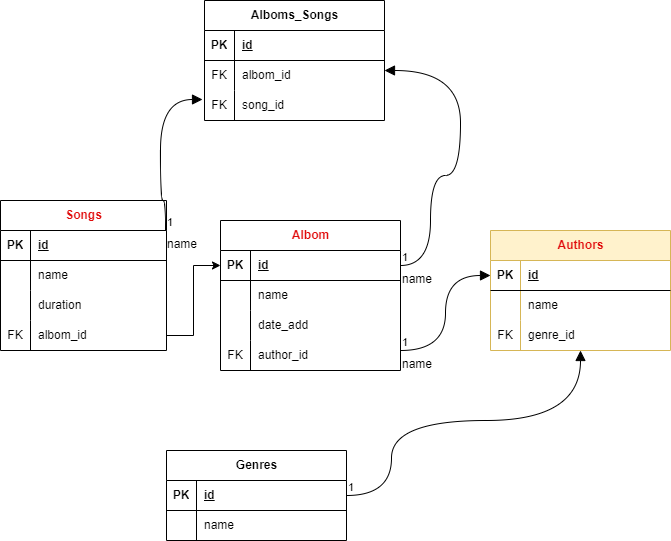
Before: Диаграмма дз.drawio.png, a diagram exported from draw.io (purpleaoaoa/sql_diagrams). Source tidied: cells renumbered, new cells last; positions are measured from the earlier drawing's top-left corner, leaving out a move shared by most shapes. The source it was exported from:
```xml
<mxGraphModel>
  <root>
    <mxCell id="0" />
    <mxCell id="1" parent="0" />
    <mxCell id="2" value="Songs" style="shape=table;startSize=30;rowLines=0;fontStyle=1;align=center;html=1;fontColor=#E00B0B;" parent="1" vertex="1">
      <mxGeometry y="200" width="166" height="150" as="geometry" />
    </mxCell>
    <mxCell id="3" style="shape=tableRow;horizontal=0;startSize=0;swimlaneHead=0;swimlaneBody=0;fillColor=none;points=[[0,0.5],[1,0.5]];portConstraint=eastwest;top=0;left=0;right=0;bottom=1;" parent="2" vertex="1">
      <mxGeometry y="30" width="166" height="30" as="geometry" />
    </mxCell>
    <mxCell id="4" value="PK" style="shape=partialRectangle;fillColor=none;top=0;left=0;bottom=0;right=0;fontStyle=1;overflow=hidden;whiteSpace=wrap;html=1;" parent="3" vertex="1">
      <mxGeometry width="30" height="30" as="geometry" />
    </mxCell>
    <mxCell id="5" value="id" style="shape=partialRectangle;fillColor=none;top=0;left=0;bottom=0;right=0;align=left;spacingLeft=6;fontStyle=5;overflow=hidden;whiteSpace=wrap;html=1;" parent="3" vertex="1">
      <mxGeometry x="30" width="136" height="30" as="geometry" />
    </mxCell>
    <mxCell id="6" style="shape=tableRow;horizontal=0;startSize=0;swimlaneHead=0;swimlaneBody=0;fillColor=none;top=0;left=0;right=0;bottom=0;" parent="2" vertex="1">
      <mxGeometry y="60" width="166" height="30" as="geometry" />
    </mxCell>
    <mxCell id="7" style="shape=partialRectangle;fillColor=none;top=0;left=0;bottom=0;right=0;overflow=hidden;whiteSpace=wrap;html=1;" parent="6" vertex="1">
      <mxGeometry width="30" height="30" as="geometry" />
    </mxCell>
    <mxCell id="8" value="name" style="shape=partialRectangle;fillColor=none;top=0;left=0;bottom=0;right=0;align=left;spacingLeft=6;overflow=hidden;whiteSpace=wrap;html=1;" parent="6" vertex="1">
      <mxGeometry x="30" width="136" height="30" as="geometry" />
    </mxCell>
    <mxCell id="9" style="shape=tableRow;horizontal=0;startSize=0;swimlaneHead=0;swimlaneBody=0;fillColor=none;top=0;left=0;right=0;bottom=0;" parent="2" vertex="1">
      <mxGeometry y="90" width="166" height="30" as="geometry" />
    </mxCell>
    <mxCell id="10" style="shape=partialRectangle;fillColor=none;top=0;left=0;bottom=0;right=0;overflow=hidden;whiteSpace=wrap;html=1;" parent="9" vertex="1">
      <mxGeometry width="30" height="30" as="geometry" />
    </mxCell>
    <mxCell id="11" value="&lt;span style=&quot;white-space-collapse: preserve;&quot; class=&quot;EzKURWReUAB5oZgtQNkl&quot;&gt;duration&lt;/span&gt;" style="shape=partialRectangle;fillColor=none;top=0;left=0;bottom=0;right=0;align=left;spacingLeft=6;overflow=hidden;whiteSpace=wrap;html=1;" parent="9" vertex="1">
      <mxGeometry x="30" width="136" height="30" as="geometry" />
    </mxCell>
    <mxCell id="12" style="shape=tableRow;horizontal=0;startSize=0;swimlaneHead=0;swimlaneBody=0;fillColor=none;points=[[0,0.5],[1,0.5]];portConstraint=eastwest;top=0;left=0;right=0;bottom=0;" parent="2" vertex="1">
      <mxGeometry y="120" width="166" height="30" as="geometry" />
    </mxCell>
    <mxCell id="13" value="FK" style="shape=partialRectangle;fillColor=none;top=0;left=0;bottom=0;right=0;overflow=hidden;whiteSpace=wrap;html=1;" parent="12" vertex="1">
      <mxGeometry width="30" height="30" as="geometry" />
    </mxCell>
    <mxCell id="14" value="albom_id" style="shape=partialRectangle;fillColor=none;top=0;left=0;bottom=0;right=0;align=left;spacingLeft=6;overflow=hidden;whiteSpace=wrap;html=1;" parent="12" vertex="1">
      <mxGeometry x="30" width="136" height="30" as="geometry" />
    </mxCell>
    <mxCell id="15" value="Albom" style="shape=table;startSize=30;rowLines=0;fontStyle=1;align=center;html=1;fontColor=#E00B0B;" parent="1" vertex="1">
      <mxGeometry x="220" y="220" width="180" height="150" as="geometry" />
    </mxCell>
    <mxCell id="16" style="shape=tableRow;horizontal=0;startSize=0;swimlaneHead=0;swimlaneBody=0;fillColor=none;points=[[0,0.5],[1,0.5]];portConstraint=eastwest;top=0;left=0;right=0;bottom=1;" parent="15" vertex="1">
      <mxGeometry y="30" width="180" height="30" as="geometry" />
    </mxCell>
    <mxCell id="17" value="PK" style="shape=partialRectangle;fillColor=none;top=0;left=0;bottom=0;right=0;fontStyle=1;overflow=hidden;whiteSpace=wrap;html=1;" parent="16" vertex="1">
      <mxGeometry width="30" height="30" as="geometry" />
    </mxCell>
    <mxCell id="18" value="id" style="shape=partialRectangle;fillColor=none;top=0;left=0;bottom=0;right=0;align=left;spacingLeft=6;fontStyle=5;overflow=hidden;whiteSpace=wrap;html=1;" parent="16" vertex="1">
      <mxGeometry x="30" width="150" height="30" as="geometry" />
    </mxCell>
    <mxCell id="19" style="shape=tableRow;horizontal=0;startSize=0;swimlaneHead=0;swimlaneBody=0;fillColor=none;top=0;left=0;right=0;bottom=0;" parent="15" vertex="1">
      <mxGeometry y="60" width="180" height="30" as="geometry" />
    </mxCell>
    <mxCell id="20" style="shape=partialRectangle;fillColor=none;top=0;left=0;bottom=0;right=0;overflow=hidden;whiteSpace=wrap;html=1;" parent="19" vertex="1">
      <mxGeometry width="30" height="30" as="geometry" />
    </mxCell>
    <mxCell id="21" value="name" style="shape=partialRectangle;fillColor=none;top=0;left=0;bottom=0;right=0;align=left;spacingLeft=6;overflow=hidden;whiteSpace=wrap;html=1;" parent="19" vertex="1">
      <mxGeometry x="30" width="150" height="30" as="geometry" />
    </mxCell>
    <mxCell id="22" style="shape=tableRow;horizontal=0;startSize=0;swimlaneHead=0;swimlaneBody=0;fillColor=none;top=0;left=0;right=0;bottom=0;" parent="15" vertex="1">
      <mxGeometry y="90" width="180" height="30" as="geometry" />
    </mxCell>
    <mxCell id="23" style="shape=partialRectangle;fillColor=none;top=0;left=0;bottom=0;right=0;overflow=hidden;whiteSpace=wrap;html=1;" parent="22" vertex="1">
      <mxGeometry width="30" height="30" as="geometry" />
    </mxCell>
    <mxCell id="24" value="date_add" style="shape=partialRectangle;fillColor=none;top=0;left=0;bottom=0;right=0;align=left;spacingLeft=6;overflow=hidden;whiteSpace=wrap;html=1;" parent="22" vertex="1">
      <mxGeometry x="30" width="150" height="30" as="geometry" />
    </mxCell>
    <mxCell id="25" style="shape=tableRow;horizontal=0;startSize=0;swimlaneHead=0;swimlaneBody=0;fillColor=none;points=[[0,0.5],[1,0.5]];portConstraint=eastwest;top=0;left=0;right=0;bottom=0;" parent="15" vertex="1">
      <mxGeometry y="120" width="180" height="30" as="geometry" />
    </mxCell>
    <mxCell id="26" value="FK" style="shape=partialRectangle;fillColor=none;top=0;left=0;bottom=0;right=0;overflow=hidden;whiteSpace=wrap;html=1;" parent="25" vertex="1">
      <mxGeometry width="30" height="30" as="geometry" />
    </mxCell>
    <mxCell id="27" value="author_id" style="shape=partialRectangle;fillColor=none;top=0;left=0;bottom=0;right=0;align=left;spacingLeft=6;overflow=hidden;whiteSpace=wrap;html=1;" parent="25" vertex="1">
      <mxGeometry x="30" width="150" height="30" as="geometry" />
    </mxCell>
    <mxCell id="28" style="edgeStyle=orthogonalEdgeStyle;rounded=0;jettySize=auto;html=1;" parent="1" edge="1" source="12" target="16">
      <mxGeometry relative="1" as="geometry" />
    </mxCell>
    <mxCell id="29" value="Authors" style="shape=table;startSize=30;rowLines=0;fontStyle=1;align=center;html=1;fillColor=#fff2cc;strokeColor=#d6b656;fontColor=#E00B0B;" parent="1" vertex="1">
      <mxGeometry x="490" y="230" width="180" height="120" as="geometry" />
    </mxCell>
    <mxCell id="30" style="shape=tableRow;horizontal=0;startSize=0;swimlaneHead=0;swimlaneBody=0;fillColor=none;points=[[0,0.5],[1,0.5]];portConstraint=eastwest;top=0;left=0;right=0;bottom=1;" parent="29" vertex="1">
      <mxGeometry y="30" width="180" height="30" as="geometry" />
    </mxCell>
    <mxCell id="31" value="PK" style="shape=partialRectangle;fillColor=none;top=0;left=0;bottom=0;right=0;fontStyle=1;overflow=hidden;whiteSpace=wrap;html=1;" parent="30" vertex="1">
      <mxGeometry width="30" height="30" as="geometry" />
    </mxCell>
    <mxCell id="32" value="id" style="shape=partialRectangle;fillColor=none;top=0;left=0;bottom=0;right=0;align=left;spacingLeft=6;fontStyle=5;overflow=hidden;whiteSpace=wrap;html=1;" parent="30" vertex="1">
      <mxGeometry x="30" width="150" height="30" as="geometry" />
    </mxCell>
    <mxCell id="33" style="shape=tableRow;horizontal=0;startSize=0;swimlaneHead=0;swimlaneBody=0;fillColor=none;top=0;left=0;right=0;bottom=0;" parent="29" vertex="1">
      <mxGeometry y="60" width="180" height="30" as="geometry" />
    </mxCell>
    <mxCell id="34" style="shape=partialRectangle;fillColor=none;top=0;left=0;bottom=0;right=0;overflow=hidden;whiteSpace=wrap;html=1;" parent="33" vertex="1">
      <mxGeometry width="30" height="30" as="geometry" />
    </mxCell>
    <mxCell id="35" value="name" style="shape=partialRectangle;fillColor=none;top=0;left=0;bottom=0;right=0;align=left;spacingLeft=6;overflow=hidden;whiteSpace=wrap;html=1;" parent="33" vertex="1">
      <mxGeometry x="30" width="150" height="30" as="geometry" />
    </mxCell>
    <mxCell id="36" style="shape=tableRow;horizontal=0;startSize=0;swimlaneHead=0;swimlaneBody=0;fillColor=none;points=[[0,0.5],[1,0.5]];portConstraint=eastwest;top=0;left=0;right=0;bottom=0;" parent="29" vertex="1">
      <mxGeometry y="90" width="180" height="30" as="geometry" />
    </mxCell>
    <mxCell id="37" value="FK" style="shape=partialRectangle;fillColor=none;top=0;left=0;bottom=0;right=0;overflow=hidden;whiteSpace=wrap;html=1;" parent="36" vertex="1">
      <mxGeometry width="30" height="30" as="geometry" />
    </mxCell>
    <mxCell id="38" value="genre_id" style="shape=partialRectangle;fillColor=none;top=0;left=0;bottom=0;right=0;align=left;spacingLeft=6;overflow=hidden;whiteSpace=wrap;html=1;" parent="36" vertex="1">
      <mxGeometry x="30" width="150" height="30" as="geometry" />
    </mxCell>
    <mxCell id="39" value="Genres" style="shape=table;startSize=30;rowLines=0;fontStyle=1;align=center;html=1;" parent="1" vertex="1">
      <mxGeometry x="166" y="450" width="180" height="90" as="geometry" />
    </mxCell>
    <mxCell id="40" style="shape=tableRow;horizontal=0;startSize=0;swimlaneHead=0;swimlaneBody=0;fillColor=none;points=[[0,0.5],[1,0.5]];portConstraint=eastwest;top=0;left=0;right=0;bottom=1;" parent="39" vertex="1">
      <mxGeometry y="30" width="180" height="30" as="geometry" />
    </mxCell>
    <mxCell id="41" value="PK" style="shape=partialRectangle;fillColor=none;top=0;left=0;bottom=0;right=0;fontStyle=1;overflow=hidden;whiteSpace=wrap;html=1;" parent="40" vertex="1">
      <mxGeometry width="30" height="30" as="geometry" />
    </mxCell>
    <mxCell id="42" value="id" style="shape=partialRectangle;fillColor=none;top=0;left=0;bottom=0;right=0;align=left;spacingLeft=6;fontStyle=5;overflow=hidden;whiteSpace=wrap;html=1;" parent="40" vertex="1">
      <mxGeometry x="30" width="150" height="30" as="geometry" />
    </mxCell>
    <mxCell id="43" style="shape=tableRow;horizontal=0;startSize=0;swimlaneHead=0;swimlaneBody=0;fillColor=none;top=0;left=0;right=0;bottom=0;" parent="39" vertex="1">
      <mxGeometry y="60" width="180" height="30" as="geometry" />
    </mxCell>
    <mxCell id="44" style="shape=partialRectangle;fillColor=none;top=0;left=0;bottom=0;right=0;overflow=hidden;whiteSpace=wrap;html=1;" parent="43" vertex="1">
      <mxGeometry width="30" height="30" as="geometry" />
    </mxCell>
    <mxCell id="45" value="name" style="shape=partialRectangle;fillColor=none;top=0;left=0;bottom=0;right=0;align=left;spacingLeft=6;overflow=hidden;whiteSpace=wrap;html=1;" parent="43" vertex="1">
      <mxGeometry x="30" width="150" height="30" as="geometry" />
    </mxCell>
    <mxCell id="46" value="Alboms_Songs" style="shape=table;startSize=30;rowLines=0;fontStyle=1;align=center;html=1;" parent="1" vertex="1">
      <mxGeometry x="204" width="180" height="120" as="geometry" />
    </mxCell>
    <mxCell id="47" style="shape=tableRow;horizontal=0;startSize=0;swimlaneHead=0;swimlaneBody=0;fillColor=none;top=0;left=0;right=0;bottom=1;" parent="46" vertex="1">
      <mxGeometry y="30" width="180" height="30" as="geometry" />
    </mxCell>
    <mxCell id="48" value="PK" style="shape=partialRectangle;fillColor=none;top=0;left=0;bottom=0;right=0;fontStyle=1;overflow=hidden;whiteSpace=wrap;html=1;" parent="47" vertex="1">
      <mxGeometry width="30" height="30" as="geometry" />
    </mxCell>
    <mxCell id="49" value="id" style="shape=partialRectangle;fillColor=none;top=0;left=0;bottom=0;right=0;align=left;spacingLeft=6;fontStyle=5;overflow=hidden;whiteSpace=wrap;html=1;" parent="47" vertex="1">
      <mxGeometry x="30" width="150" height="30" as="geometry" />
    </mxCell>
    <mxCell id="50" style="shape=tableRow;horizontal=0;startSize=0;swimlaneHead=0;swimlaneBody=0;fillColor=none;points=[[0,0.5],[1,0.5]];portConstraint=eastwest;top=0;left=0;right=0;bottom=0;" parent="46" vertex="1">
      <mxGeometry y="60" width="180" height="30" as="geometry" />
    </mxCell>
    <mxCell id="51" value="FK" style="shape=partialRectangle;fillColor=none;top=0;left=0;bottom=0;right=0;overflow=hidden;whiteSpace=wrap;html=1;" parent="50" vertex="1">
      <mxGeometry width="30" height="30" as="geometry" />
    </mxCell>
    <mxCell id="52" value="albom_id" style="shape=partialRectangle;fillColor=none;top=0;left=0;bottom=0;right=0;align=left;spacingLeft=6;overflow=hidden;whiteSpace=wrap;html=1;" parent="50" vertex="1">
      <mxGeometry x="30" width="150" height="30" as="geometry" />
    </mxCell>
    <mxCell id="53" style="shape=tableRow;horizontal=0;startSize=0;swimlaneHead=0;swimlaneBody=0;fillColor=none;points=[[0,0.5],[1,0.5]];portConstraint=eastwest;top=0;left=0;right=0;bottom=0;" parent="46" vertex="1">
      <mxGeometry y="90" width="180" height="30" as="geometry" />
    </mxCell>
    <mxCell id="54" value="FK" style="shape=partialRectangle;fillColor=none;top=0;left=0;bottom=0;right=0;overflow=hidden;whiteSpace=wrap;html=1;" parent="53" vertex="1">
      <mxGeometry width="30" height="30" as="geometry" />
    </mxCell>
    <mxCell id="55" value="song_id" style="shape=partialRectangle;fillColor=none;top=0;left=0;bottom=0;right=0;align=left;spacingLeft=6;overflow=hidden;whiteSpace=wrap;html=1;" parent="53" vertex="1">
      <mxGeometry x="30" width="150" height="30" as="geometry" />
    </mxCell>
    <mxCell id="56" value="name" style="endArrow=block;endFill=1;html=1;edgeStyle=orthogonalEdgeStyle;align=left;verticalAlign=top;rounded=0;fontSize=12;startSize=8;endSize=8;curved=1;" parent="1" edge="1" source="25" target="30">
      <mxGeometry x="-1" relative="1" as="geometry">
        <Array as="points">
          <mxPoint x="445" y="350" />
          <mxPoint x="445" y="275" />
        </Array>
      </mxGeometry>
    </mxCell>
    <mxCell id="57" value="1" style="edgeLabel;html=1;align=left;verticalAlign=bottom;" parent="56" vertex="1">
      <mxGeometry x="-1" relative="1" as="geometry" />
    </mxCell>
    <mxCell id="58" style="endArrow=block;endFill=1;html=1;edgeStyle=orthogonalEdgeStyle;align=left;verticalAlign=top;rounded=0;fontSize=12;startSize=8;endSize=8;curved=1;" parent="1" edge="1" source="40" target="36">
      <mxGeometry x="-1" relative="1" as="geometry">
        <Array as="points">
          <mxPoint x="391" y="495" />
          <mxPoint x="391" y="420" />
          <mxPoint x="580" y="420" />
        </Array>
      </mxGeometry>
    </mxCell>
    <mxCell id="59" value="1" style="edgeLabel;html=1;align=left;verticalAlign=bottom;" parent="58" vertex="1">
      <mxGeometry x="-1" relative="1" as="geometry" />
    </mxCell>
    <mxCell id="60" value="name" style="endArrow=block;endFill=1;html=1;edgeStyle=orthogonalEdgeStyle;align=left;verticalAlign=top;rounded=0;fontSize=12;startSize=8;endSize=8;curved=1;" parent="1" edge="1" source="16" target="50">
      <mxGeometry x="-1" relative="1" as="geometry">
        <Array as="points">
          <mxPoint x="430" y="265" />
          <mxPoint x="430" y="175" />
          <mxPoint x="460" y="175" />
          <mxPoint x="460" y="70" />
        </Array>
      </mxGeometry>
    </mxCell>
    <mxCell id="61" value="1" style="edgeLabel;html=1;align=left;verticalAlign=bottom;" parent="60" vertex="1">
      <mxGeometry x="-1" relative="1" as="geometry" />
    </mxCell>
    <mxCell id="62" value="name" style="endArrow=block;endFill=1;html=1;edgeStyle=orthogonalEdgeStyle;align=left;verticalAlign=top;rounded=0;fontSize=12;startSize=8;endSize=8;curved=1;entryX=-0.011;entryY=0.3;entryDx=0;entryDy=0;entryPerimeter=0;" parent="1" edge="1" source="3" target="53">
      <mxGeometry x="-1" relative="1" as="geometry">
        <Array as="points">
          <mxPoint x="165" y="200" />
          <mxPoint x="160" y="200" />
          <mxPoint x="160" y="99" />
        </Array>
      </mxGeometry>
    </mxCell>
    <mxCell id="63" value="1" style="edgeLabel;html=1;align=left;verticalAlign=bottom;" parent="62" vertex="1">
      <mxGeometry x="-1" relative="1" as="geometry" />
    </mxCell>
  </root>
</mxGraphModel>
```
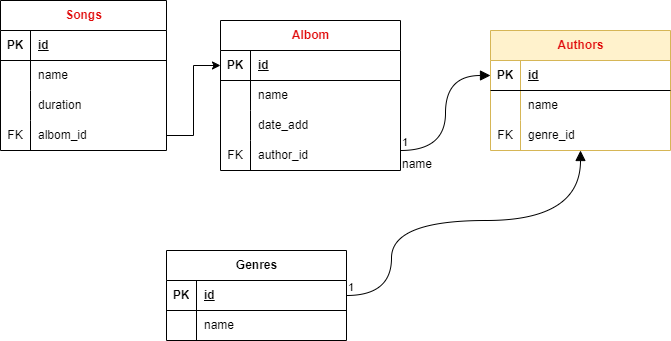
After the change.

Diff of the diagram source:
```diff
@@ -134,36 +134,6 @@
     <mxCell id="45" value="name" style="shape=partialRectangle;fillColor=none;top=0;left=0;bottom=0;right=0;align=left;spacingLeft=6;overflow=hidden;whiteSpace=wrap;html=1;" parent="43" vertex="1">
       <mxGeometry x="30" width="150" height="30" as="geometry" />
     </mxCell>
-    <mxCell id="46" value="Alboms_Songs" style="shape=table;startSize=30;rowLines=0;fontStyle=1;align=center;html=1;" parent="1" vertex="1">
-      <mxGeometry x="204" width="180" height="120" as="geometry" />
-    </mxCell>
-    <mxCell id="47" style="shape=tableRow;horizontal=0;startSize=0;swimlaneHead=0;swimlaneBody=0;fillColor=none;top=0;left=0;right=0;bottom=1;" parent="46" vertex="1">
-      <mxGeometry y="30" width="180" height="30" as="geometry" />
-    </mxCell>
-    <mxCell id="48" value="PK" style="shape=partialRectangle;fillColor=none;top=0;left=0;bottom=0;right=0;fontStyle=1;overflow=hidden;whiteSpace=wrap;html=1;" parent="47" vertex="1">
-      <mxGeometry width="30" height="30" as="geometry" />
-    </mxCell>
-    <mxCell id="49" value="id" style="shape=partialRectangle;fillColor=none;top=0;left=0;bottom=0;right=0;align=left;spacingLeft=6;fontStyle=5;overflow=hidden;whiteSpace=wrap;html=1;" parent="47" vertex="1">
-      <mxGeometry x="30" width="150" height="30" as="geometry" />
-    </mxCell>
-    <mxCell id="50" style="shape=tableRow;horizontal=0;startSize=0;swimlaneHead=0;swimlaneBody=0;fillColor=none;points=[[0,0.5],[1,0.5]];portConstraint=eastwest;top=0;left=0;right=0;bottom=0;" parent="46" vertex="1">
-      <mxGeometry y="60" width="180" height="30" as="geometry" />
-    </mxCell>
-    <mxCell id="51" value="FK" style="shape=partialRectangle;fillColor=none;top=0;left=0;bottom=0;right=0;overflow=hidden;whiteSpace=wrap;html=1;" parent="50" vertex="1">
-      <mxGeometry width="30" height="30" as="geometry" />
-    </mxCell>
-    <mxCell id="52" value="albom_id" style="shape=partialRectangle;fillColor=none;top=0;left=0;bottom=0;right=0;align=left;spacingLeft=6;overflow=hidden;whiteSpace=wrap;html=1;" parent="50" vertex="1">
-      <mxGeometry x="30" width="150" height="30" as="geometry" />
-    </mxCell>
-    <mxCell id="53" style="shape=tableRow;horizontal=0;startSize=0;swimlaneHead=0;swimlaneBody=0;fillColor=none;points=[[0,0.5],[1,0.5]];portConstraint=eastwest;top=0;left=0;right=0;bottom=0;" parent="46" vertex="1">
-      <mxGeometry y="90" width="180" height="30" as="geometry" />
-    </mxCell>
-    <mxCell id="54" value="FK" style="shape=partialRectangle;fillColor=none;top=0;left=0;bottom=0;right=0;overflow=hidden;whiteSpace=wrap;html=1;" parent="53" vertex="1">
-      <mxGeometry width="30" height="30" as="geometry" />
-    </mxCell>
-    <mxCell id="55" value="song_id" style="shape=partialRectangle;fillColor=none;top=0;left=0;bottom=0;right=0;align=left;spacingLeft=6;overflow=hidden;whiteSpace=wrap;html=1;" parent="53" vertex="1">
-      <mxGeometry x="30" width="150" height="30" as="geometry" />
-    </mxCell>
     <mxCell id="56" value="name" style="endArrow=block;endFill=1;html=1;edgeStyle=orthogonalEdgeStyle;align=left;verticalAlign=top;rounded=0;fontSize=12;startSize=8;endSize=8;curved=1;" parent="1" edge="1" source="25" target="30">
       <mxGeometry x="-1" relative="1" as="geometry">
         <Array as="points">
@@ -187,30 +157,5 @@
     <mxCell id="59" value="1" style="edgeLabel;html=1;align=left;verticalAlign=bottom;" parent="58" vertex="1">
       <mxGeometry x="-1" relative="1" as="geometry" />
     </mxCell>
-    <mxCell id="60" value="name" style="endArrow=block;endFill=1;html=1;edgeStyle=orthogonalEdgeStyle;align=left;verticalAlign=top;rounded=0;fontSize=12;startSize=8;endSize=8;curved=1;" parent="1" edge="1" source="16" target="50">
-      <mxGeometry x="-1" relative="1" as="geometry">
-        <Array as="points">
-          <mxPoint x="430" y="265" />
-          <mxPoint x="430" y="175" />
-          <mxPoint x="460" y="175" />
-          <mxPoint x="460" y="70" />
-        </Array>
-      </mxGeometry>
-    </mxCell>
-    <mxCell id="61" value="1" style="edgeLabel;html=1;align=left;verticalAlign=bottom;" parent="60" vertex="1">
-      <mxGeometry x="-1" relative="1" as="geometry" />
-    </mxCell>
-    <mxCell id="62" value="name" style="endArrow=block;endFill=1;html=1;edgeStyle=orthogonalEdgeStyle;align=left;verticalAlign=top;rounded=0;fontSize=12;startSize=8;endSize=8;curved=1;entryX=-0.011;entryY=0.3;entryDx=0;entryDy=0;entryPerimeter=0;" parent="1" edge="1" source="3" target="53">
-      <mxGeometry x="-1" relative="1" as="geometry">
-        <Array as="points">
-          <mxPoint x="165" y="200" />
-          <mxPoint x="160" y="200" />
-          <mxPoint x="160" y="99" />
-        </Array>
-      </mxGeometry>
-    </mxCell>
-    <mxCell id="63" value="1" style="edgeLabel;html=1;align=left;verticalAlign=bottom;" parent="62" vertex="1">
-      <mxGeometry x="-1" relative="1" as="geometry" />
-    </mxCell>
   </root>
 </mxGraphModel>
```
